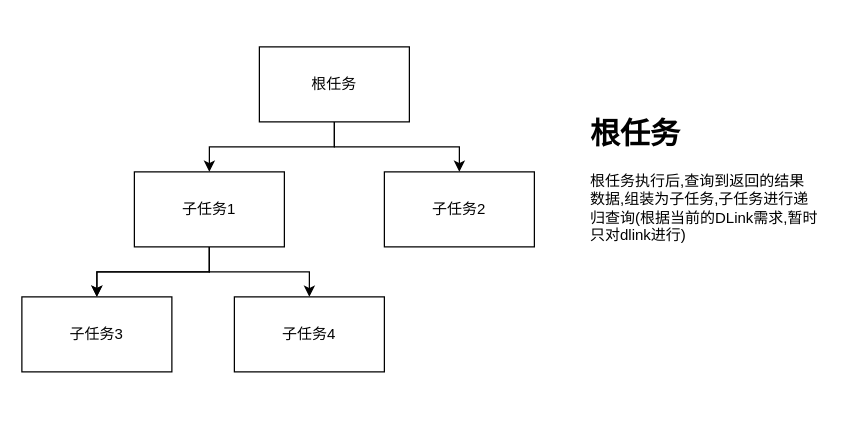
Above: 元数据任务执行改造.drawio in xipeng156/drawio (draw.io), before the change. Source tidied: cells renumbered, new cells numbered last; positions are measured from the earlier drawing's top-left corner, leaving out a move shared by most shapes. Both pictures are drawn from the tidied source at 125%, with x=0, y=0 at pixel (21, 46).
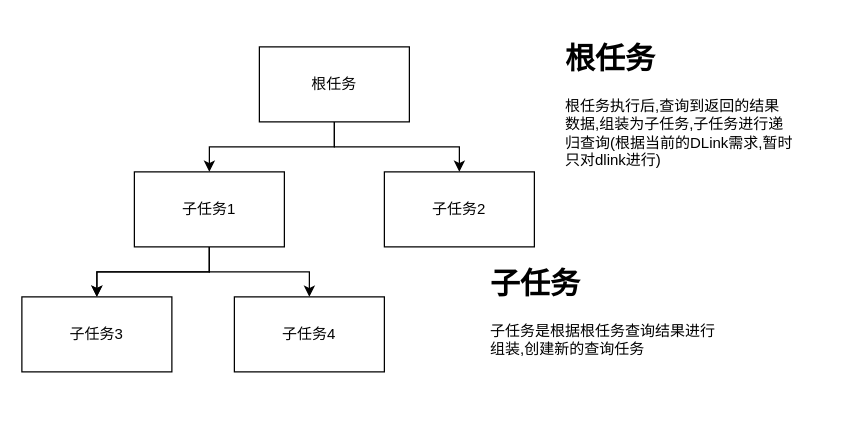
The same page after the edit.

Commit message:
创建新任务

The edit, as a diff of the source:
```diff
@@
 <mxGraphModel>
   <root>
     <mxCell id="0" />
     <mxCell id="1" parent="0" />
     <mxCell id="2" style="edgeStyle=orthogonalEdgeStyle;rounded=0;jettySize=auto;html=1;" parent="1" edge="1" source="4" target="8">
       <mxGeometry relative="1" as="geometry" />
     </mxCell>
     <mxCell id="3" style="edgeStyle=orthogonalEdgeStyle;rounded=0;jettySize=auto;html=1;" parent="1" edge="1" source="4" target="9">
       <mxGeometry relative="1" as="geometry" />
     </mxCell>
     <mxCell id="4" value="根任务" style="rounded=0;whiteSpace=wrap;html=1;" parent="1" vertex="1">
       <mxGeometry x="190" width="120" height="60" as="geometry" />
     </mxCell>
     <mxCell id="5" style="edgeStyle=orthogonalEdgeStyle;rounded=0;jettySize=auto;html=1;" parent="1" edge="1" source="8" target="10">
       <mxGeometry relative="1" as="geometry" />
     </mxCell>
     <mxCell id="6" style="edgeStyle=orthogonalEdgeStyle;rounded=0;jettySize=auto;html=1;" parent="1" edge="1" source="8" target="10">
       <mxGeometry relative="1" as="geometry" />
     </mxCell>
     <mxCell id="7" style="edgeStyle=orthogonalEdgeStyle;rounded=0;jettySize=auto;html=1;" parent="1" edge="1" source="8" target="11">
       <mxGeometry relative="1" as="geometry" />
     </mxCell>
     <mxCell id="8" value="子任务1" style="rounded=0;whiteSpace=wrap;html=1;" parent="1" vertex="1">
       <mxGeometry x="90" y="100" width="120" height="60" as="geometry" />
     </mxCell>
     <mxCell id="9" value="子任务2" style="rounded=0;whiteSpace=wrap;html=1;" parent="1" vertex="1">
       <mxGeometry x="290" y="100" width="120" height="60" as="geometry" />
     </mxCell>
     <mxCell id="10" value="子任务3" style="rounded=0;whiteSpace=wrap;html=1;" parent="1" vertex="1">
       <mxGeometry y="200" width="120" height="60" as="geometry" />
     </mxCell>
     <mxCell id="11" value="子任务4" style="rounded=0;whiteSpace=wrap;html=1;" parent="1" vertex="1">
       <mxGeometry x="170" y="200" width="120" height="60" as="geometry" />
     </mxCell>
     <mxCell id="12" value="&lt;h1&gt;根任务&lt;/h1&gt;&lt;p&gt;根任务执行后,查询到返回的结果数据,组装为子任务,子任务进行递归查询(根据当前的DLink需求,暂时只对dlink进行)&lt;/p&gt;" style="text;html=1;strokeColor=none;fillColor=none;spacing=5;spacingTop=-20;whiteSpace=wrap;overflow=hidden;rounded=0;" parent="1" vertex="1">
-      <mxGeometry x="450" y="50" width="190" height="120" as="geometry" />
+      <mxGeometry x="430" y="-10" width="190" height="120" as="geometry" />
     </mxCell>
+    <mxCell id="13" value="&lt;h1&gt;子任务&lt;/h1&gt;&lt;p&gt;子任务是根据根任务查询结果进行组装,创建新的查询任务&lt;/p&gt;" style="text;html=1;strokeColor=none;fillColor=none;spacing=5;spacingTop=-20;whiteSpace=wrap;overflow=hidden;rounded=0;" parent="1" vertex="1">
+      <mxGeometry x="370" y="170" width="190" height="120" as="geometry" />
+    </mxCell>
   </root>
 </mxGraphModel>
```
